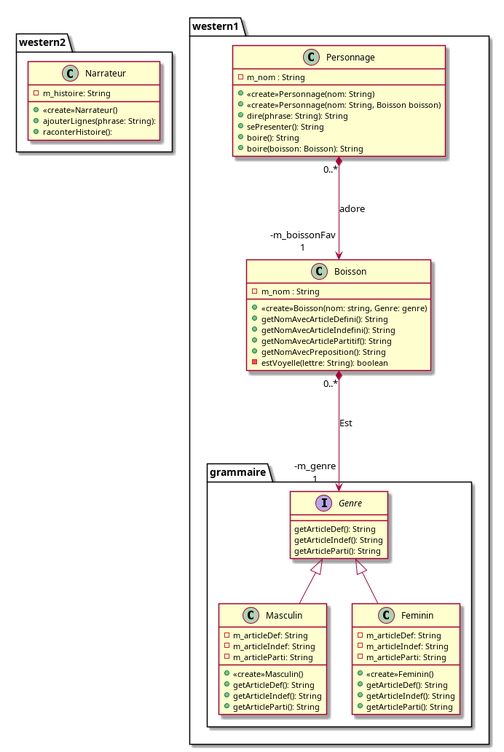
This is src/Histoire1.png from Omikrone/Western, a PlantUML export, as it was before one commit. Its source is kept beside it as src/Histoire1.puml.
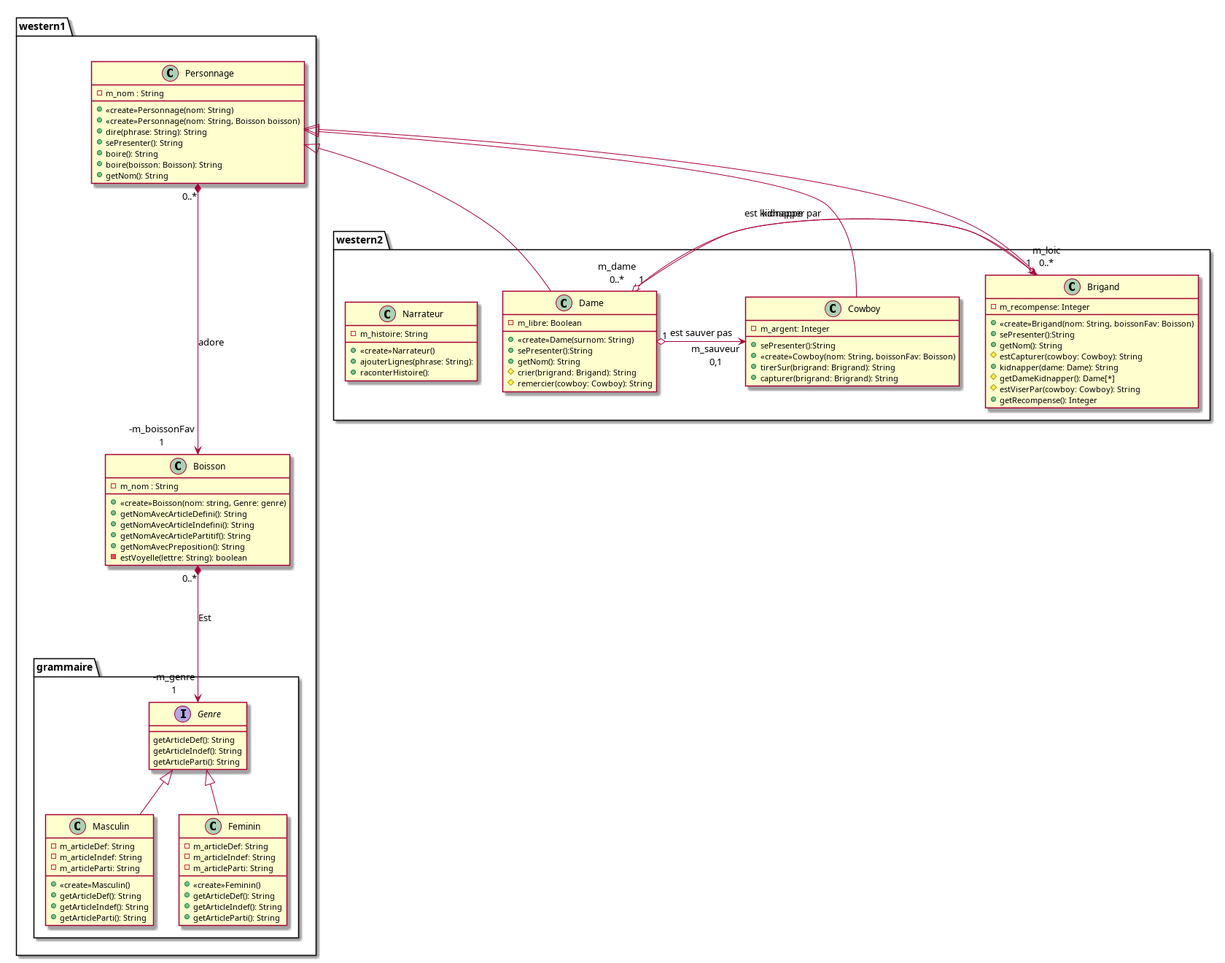
After the commit.

Commit message:
modif uml

Diff of the diagram source:
```diff
@@ -1,4 +1,57 @@
 @startuml
+
+package western1{
+    class Personnage{
+        -m_nom : String
+        +«create»Personnage(nom: String)
+        +«create»Personnage(nom: String, Boisson boisson)
+        +dire(phrase: String): String
+        +sePresenter(): String
+        +boire(): String
+        +boire(boisson: Boisson): String
+        +getNom(): String
+    }
+
+    class Boisson{
+        -m_nom : String
+        +«create»Boisson(nom: string, Genre: genre)
+        +getNomAvecArticleDefini(): String
+        +getNomAvecArticleIndefini(): String
+        +getNomAvecArticlePartitif(): String
+        +getNomAvecPreposition(): String
+        -estVoyelle(lettre: String): boolean
+        }
+
+    package grammaire {
+        class Masculin extends Genre{
+            -m_articleDef: String
+            -m_articleIndef: String
+            -m_articleParti: String
+            +«create»Masculin()
+            +getArticleDef(): String
+            +getArticleIndef(): String
+            +getArticleParti(): String
+        }
+        class Feminin extends Genre{
+            -m_articleDef: String
+            -m_articleIndef: String
+            -m_articleParti: String
+            +«create»Feminin()
+            +getArticleDef(): String
+            +getArticleIndef(): String
+            +getArticleParti(): String
+        }
+
+        interface Genre{
+            getArticleDef(): String
+            getArticleIndef(): String
+            getArticleParti(): String
+        }
+    }
+    Boisson "0..*" *---> "-m_genre\n1" Genre : Est
+
+    Personnage "0..*" *---> "-m_boissonFav\n1" Boisson : adore
+}
 
 package western2{
     class Narrateur{
@@ -11,6 +64,7 @@
     class Dame extends Personnage{
         -m_libre: Boolean
         +«create»Dame(surnom: String)
+        +sePresenter():String
         +getNom(): String
         #crier(brigrand: Brigand): String
         #remercier(cowboy: Cowboy): String
@@ -19,6 +73,7 @@
     class Brigand extends Personnage{
         -m_recompense: Integer
         +«create»Brigand(nom: String, boissonFav: Boisson)
+        +sePresenter():String
         +getNom(): String
         #estCapturer(cowboy: Cowboy): String
         +kidnapper(dame: Dame): String
@@ -29,65 +84,15 @@
 
     class Cowboy extends Personnage{
         -m_argent: Integer
+        +sePresenter():String
         +«create»Cowboy(nom: String, boissonFav: Boisson)
         +tirerSur(brigrand: Brigrand): String
         +capturer(brigrand: Brigrand): String
     }
 
     Brigand "1" o-> "m_dame\n0..*"Dame : kidnappe
+    Dame "1" o-> "m_loic\n0..*"Brigand : est kidnapper par
+    Dame "1" o-> "m_sauveur\n0,1"Cowboy : est sauver pas
 
 }
-
-package western1{
-class Personnage{
-    -m_nom : String
-    +«create»Personnage(nom: String)
-    +«create»Personnage(nom: String, Boisson boisson)
-    +dire(phrase: String): String
-    +sePresenter(): String
-    +boire(): String
-    +boire(boisson: Boisson): String
-    +getNom(): String
-}
-
-class Boisson{
-    -m_nom : String
-    +«create»Boisson(nom: string, Genre: genre)
-    +getNomAvecArticleDefini(): String
-    +getNomAvecArticleIndefini(): String
-    +getNomAvecArticlePartitif(): String
-    +getNomAvecPreposition(): String
-    -estVoyelle(lettre: String): boolean
-}
-
-package grammaire {
-    class Masculin extends Genre{
-        -m_articleDef: String
-        -m_articleIndef: String
-        -m_articleParti: String
-        +«create»Masculin()
-        +getArticleDef(): String
-        +getArticleIndef(): String
-        +getArticleParti(): String
-    }
-    class Feminin extends Genre{
-        -m_articleDef: String
-        -m_articleIndef: String
-        -m_articleParti: String
-        +«create»Feminin()
-        +getArticleDef(): String
-        +getArticleIndef(): String
-        +getArticleParti(): String
-    }
-
-    interface Genre{
-        getArticleDef(): String
-        getArticleIndef(): String
-        getArticleParti(): String
-    }
-}
-}
-Boisson "0..*" *---> "-m_genre\n1" Genre : Est
-
-Personnage "0..*" *---> "-m_boissonFav\n1" Boisson : adore
 @enduml
```
